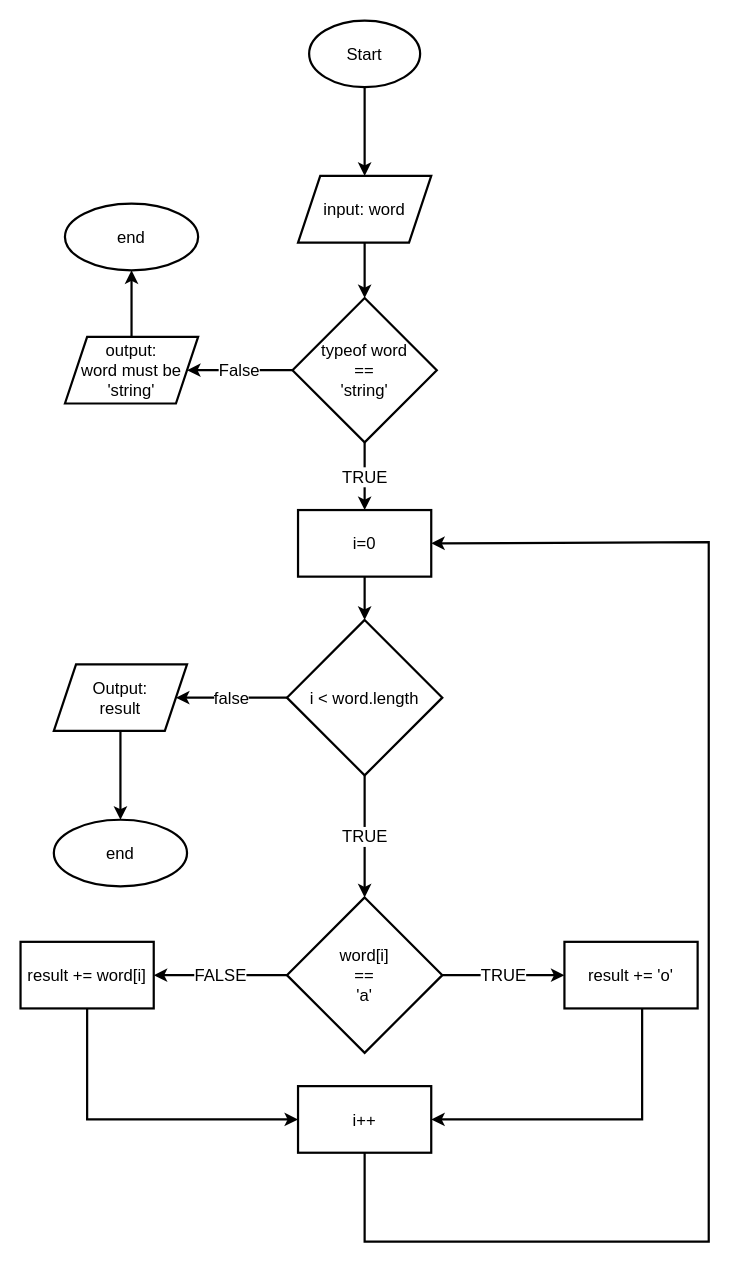
Earlier version of the draw.io diagram flowchart-konsonan.drawio (rioprayoga23/fw12-javascript-1). Source tidied: cells renumbered, new cells numbered last; positions are measured from the earlier drawing's top-left corner, leaving out a move shared by most shapes. Both pictures are drawn from the tidied source at 111%, with x=0, y=0 at pixel (20, 20).
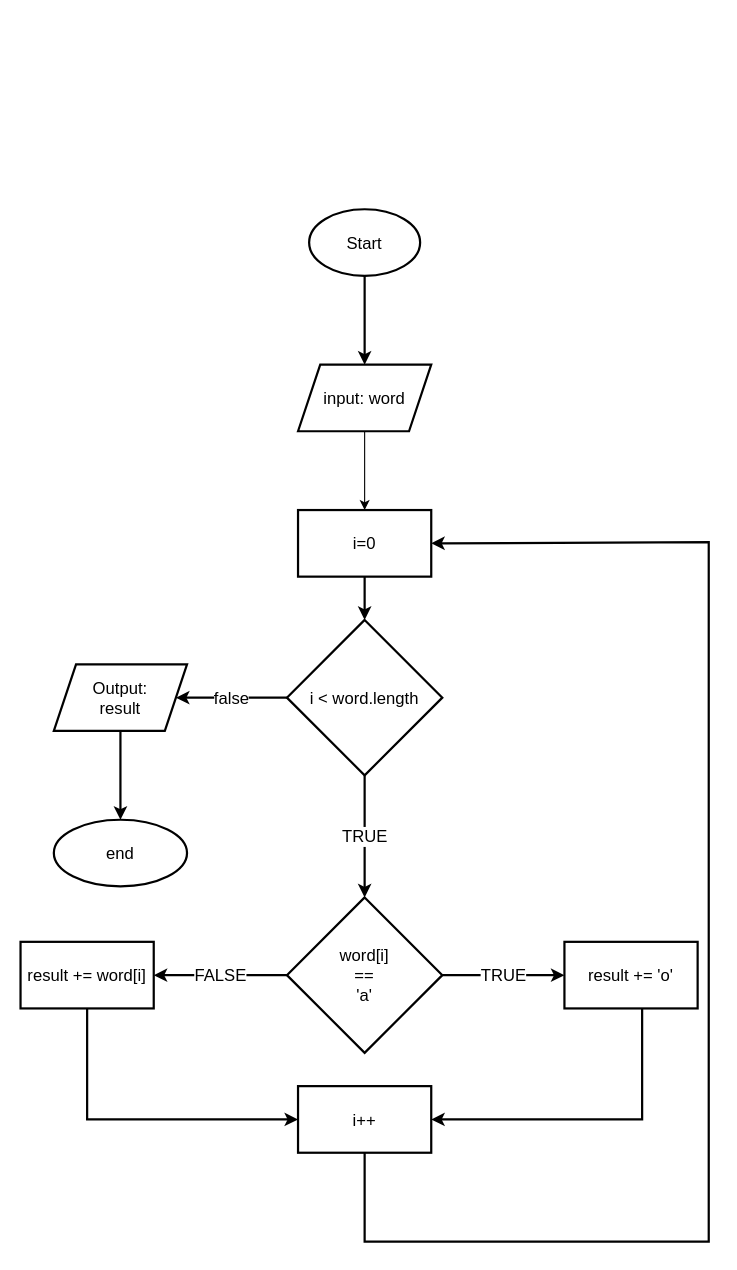
After the change.

Commit message (it also covers changes not shown here):
mengganti flowchart

The change refers to these unchanged cells:
```xml
<mxCell id="13" value="i=0" style="whiteSpace=wrap;html=1;fontSize=15;strokeWidth=2;" parent="1" vertex="1">
  <mxGeometry x="250" y="441" width="120" height="60" as="geometry" />
</mxCell>
```

Change to the diagram source:
```diff
@@
     <mxCell id="3" value="Start" style="strokeWidth=2;html=1;shape=mxgraph.flowchart.start_1;whiteSpace=wrap;fontSize=15;" parent="1" vertex="1">
-      <mxGeometry x="260" width="100" height="60" as="geometry" />
+      <mxGeometry x="260" y="170" width="100" height="60" as="geometry" />
     </mxCell>
-    <mxCell id="4" style="edgeStyle=orthogonalEdgeStyle;rounded=0;jettySize=auto;html=1;strokeWidth=2;fontSize=15;" parent="1" edge="1" source="5" target="8">
-      <mxGeometry relative="1" as="geometry" />
-    </mxCell>
+    <mxCell id="29" style="edgeStyle=orthogonalEdgeStyle;rounded=0;jettySize=auto;html=1;" parent="1" edge="1" source="5" target="13">
+      <mxGeometry relative="1" as="geometry" />
+    </mxCell>
     <mxCell id="5" value="input: word" style="shape=parallelogram;perimeter=parallelogramPerimeter;whiteSpace=wrap;html=1;fixedSize=1;strokeWidth=2;fontSize=15;" parent="1" vertex="1">
-      <mxGeometry x="250" y="140" width="120" height="60" as="geometry" />
+      <mxGeometry x="250" y="310" width="120" height="60" as="geometry" />
     </mxCell>
-    <mxCell id="6" value="False" style="edgeStyle=orthogonalEdgeStyle;rounded=0;jettySize=auto;html=1;strokeWidth=2;fontSize=15;" parent="1" edge="1" source="8" target="10">
-      <mxGeometry relative="1" as="geometry" />
-    </mxCell>
-    <mxCell id="7" value="TRUE" style="edgeStyle=orthogonalEdgeStyle;rounded=0;jettySize=auto;html=1;strokeWidth=2;fontSize=15;" parent="1" edge="1" source="8" target="13">
-      <mxGeometry relative="1" as="geometry" />
-    </mxCell>
-    <mxCell id="8" value="typeof word &lt;br style=&quot;font-size: 15px;&quot;&gt;==&lt;br style=&quot;font-size: 15px;&quot;&gt;'string'&lt;br style=&quot;font-size: 15px;&quot;&gt;" style="rhombus;whiteSpace=wrap;html=1;strokeWidth=2;fontSize=15;" parent="1" vertex="1">
-      <mxGeometry x="245" y="250" width="130" height="130" as="geometry" />
-    </mxCell>
-    <mxCell id="9" style="edgeStyle=orthogonalEdgeStyle;rounded=0;jettySize=auto;html=1;strokeWidth=2;fontSize=15;" parent="1" edge="1" source="10" target="11">
-      <mxGeometry relative="1" as="geometry" />
-    </mxCell>
-    <mxCell id="10" value="output:&lt;br style=&quot;font-size: 15px;&quot;&gt;word must be &lt;br style=&quot;font-size: 15px;&quot;&gt;'string'" style="shape=parallelogram;perimeter=parallelogramPerimeter;whiteSpace=wrap;html=1;fixedSize=1;strokeWidth=2;fontSize=15;" parent="1" vertex="1">
-      <mxGeometry x="40" y="285" width="120" height="60" as="geometry" />
-    </mxCell>
-    <mxCell id="11" value="end" style="ellipse;whiteSpace=wrap;html=1;strokeWidth=2;fontSize=15;" parent="1" vertex="1">
-      <mxGeometry x="40" y="165" width="120" height="60" as="geometry" />
-    </mxCell>
```
